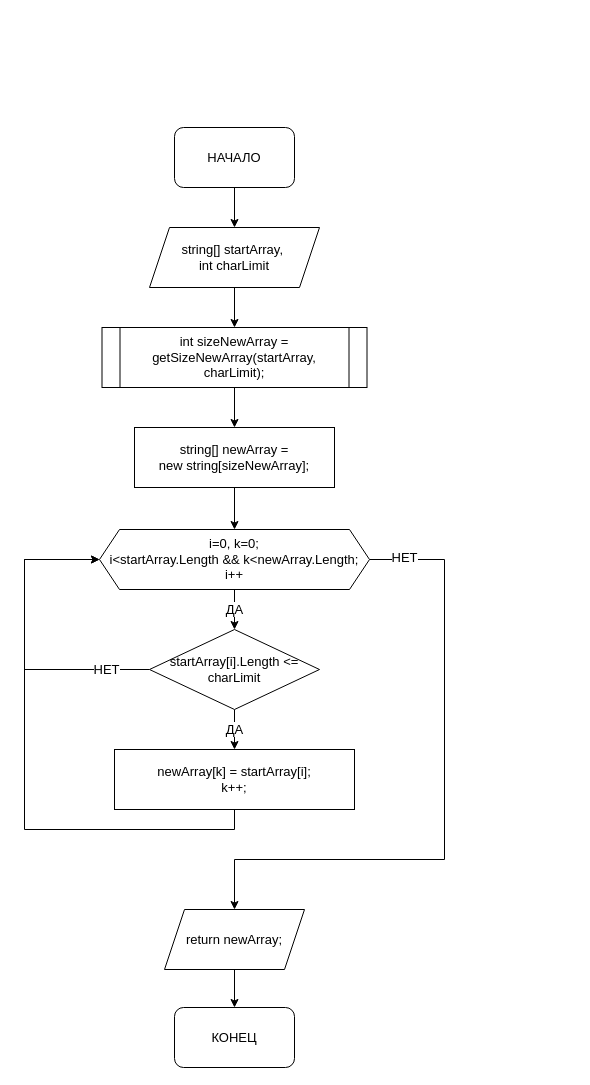
The draw.io diagram Algorytm/getNewArray.drawio in jokerjam-s/GB_ControlWork_001, before the edit. Source tidied: cells renumbered, new cells numbered last; positions are measured from the earlier drawing's top-left corner, leaving out a move shared by most shapes. Both pictures are drawn from the tidied source at 100%, with x=0, y=0 at pixel (24, 127).
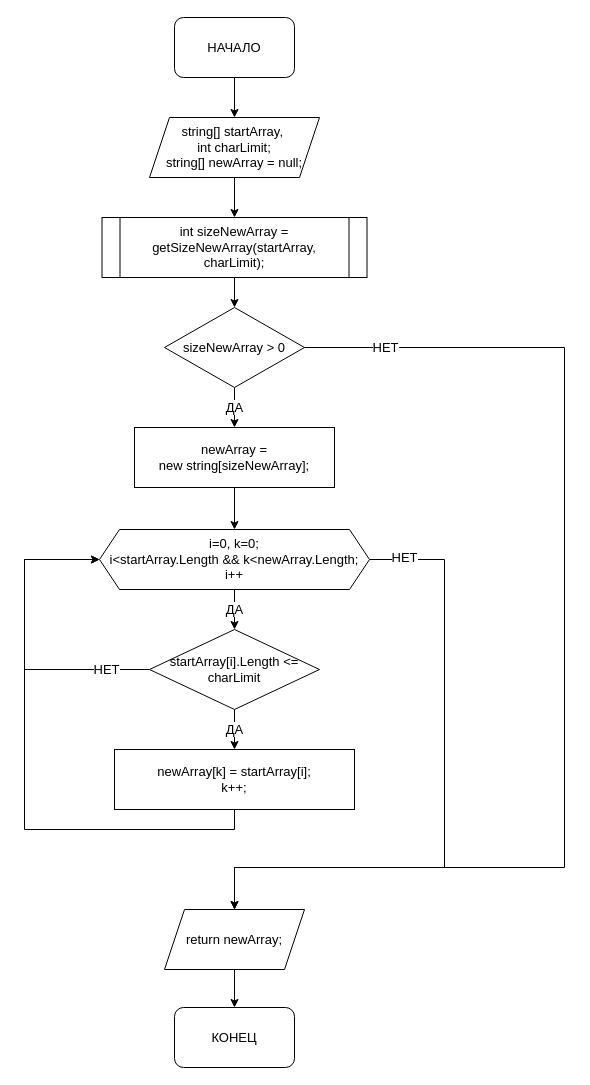
After the change.

The change refers to these unchanged cells:
```xml
<mxCell id="12" value="i=0, k=0; &lt;br style=&quot;font-size: 13px;&quot;&gt;i&amp;lt;startArray.Length &amp;amp;&amp;amp; k&amp;lt;newArray.Length; i++" style="shape=hexagon;perimeter=hexagonPerimeter2;whiteSpace=wrap;html=1;fixedSize=1;fontSize=13;" parent="1" vertex="1">
  <mxGeometry x="75" y="402" width="270" height="60" as="geometry" />
</mxCell>
<mxCell id="19" value="return newArray;" style="shape=parallelogram;perimeter=parallelogramPerimeter;whiteSpace=wrap;html=1;fixedSize=1;fontSize=13;" parent="1" vertex="1">
  <mxGeometry x="140" y="782" width="140" height="60" as="geometry" />
</mxCell>
```

The edit, as a diff of the source:
```diff
@@
     <mxCell id="3" value="НАЧАЛО" style="rounded=1;whiteSpace=wrap;html=1;fontSize=13;" parent="1" vertex="1">
-      <mxGeometry x="150" width="120" height="60" as="geometry" />
+      <mxGeometry x="150" y="-110" width="120" height="60" as="geometry" />
     </mxCell>
@@
-    <mxCell id="5" value="string[] startArray,&amp;nbsp;&lt;br style=&quot;font-size: 13px;&quot;&gt;int charLimit" style="shape=parallelogram;perimeter=parallelogramPerimeter;whiteSpace=wrap;html=1;fixedSize=1;fontSize=13;" parent="1" vertex="1">
-      <mxGeometry x="125" y="100" width="170" height="60" as="geometry" />
+    <mxCell id="5" value="string[] startArray,&amp;nbsp;&lt;br style=&quot;font-size: 13px;&quot;&gt;int charLimit;&lt;br&gt;string[] newArray = null;" style="shape=parallelogram;perimeter=parallelogramPerimeter;whiteSpace=wrap;html=1;fixedSize=1;fontSize=13;" parent="1" vertex="1">
+      <mxGeometry x="125" y="-10" width="170" height="60" as="geometry" />
     </mxCell>
-    <mxCell id="6" style="edgeStyle=orthogonalEdgeStyle;rounded=0;jettySize=auto;html=1;exitX=0.5;exitY=1;exitDx=0;exitDy=0;entryX=0.5;entryY=0;entryDx=0;entryDy=0;fontSize=13;" parent="1" edge="1" source="7" target="8">
-      <mxGeometry relative="1" as="geometry" />
-    </mxCell>
+    <mxCell id="21" style="edgeStyle=orthogonalEdgeStyle;rounded=0;jettySize=auto;html=1;exitX=0.5;exitY=1;exitDx=0;exitDy=0;entryX=0.5;entryY=0;entryDx=0;entryDy=0;fontSize=13;endArrow=classic;endFill=1;startSize=6;endSize=6;" parent="1" edge="1" source="7" target="24">
+      <mxGeometry relative="1" as="geometry" />
+    </mxCell>
     <mxCell id="7" value="int sizeNewArray = getSizeNewArray(startArray, charLimit);" style="shape=process;whiteSpace=wrap;html=1;backgroundOutline=1;size=0.06976744186046512;fontSize=13;" parent="1" vertex="1">
-      <mxGeometry x="77.5" y="200" width="265" height="60" as="geometry" />
+      <mxGeometry x="77.5" y="90" width="265" height="60" as="geometry" />
     </mxCell>
-    <mxCell id="8" value="string[] newArray = &lt;br style=&quot;font-size: 13px;&quot;&gt;new string[sizeNewArray];" style="rounded=0;whiteSpace=wrap;html=1;fontSize=13;" parent="1" vertex="1">
+    <mxCell id="8" value="newArray = &lt;br style=&quot;font-size: 13px;&quot;&gt;new string[sizeNewArray];" style="rounded=0;whiteSpace=wrap;html=1;fontSize=13;" parent="1" vertex="1">
       <mxGeometry x="110" y="300" width="200" height="60" as="geometry" />
     </mxCell>
@@
     <mxCell id="11" value="НЕТ" style="edgeStyle=orthogonalEdgeStyle;rounded=0;jettySize=auto;html=1;exitX=1;exitY=0.5;exitDx=0;exitDy=0;entryX=0.5;entryY=0;entryDx=0;entryDy=0;fontSize=13;" parent="1" edge="1" source="12" target="19">
       <mxGeometry x="-0.89" y="2" relative="1" as="geometry">
         <Array as="points">
           <mxPoint x="420" y="432" />
-          <mxPoint x="420" y="732" />
-          <mxPoint x="210" y="732" />
+          <mxPoint x="420" y="740" />
+          <mxPoint x="210" y="740" />
         </Array>
       </mxGeometry>
     </mxCell>
@@
+    <mxCell id="22" value="ДА" style="edgeStyle=orthogonalEdgeStyle;rounded=0;jettySize=auto;html=1;exitX=0.5;exitY=1;exitDx=0;exitDy=0;entryX=0.5;entryY=0;entryDx=0;entryDy=0;fontSize=13;endArrow=classic;endFill=1;startSize=6;endSize=6;" parent="1" edge="1" source="24" target="8">
+      <mxGeometry relative="1" as="geometry" />
+    </mxCell>
+    <mxCell id="23" value="НЕТ" style="edgeStyle=orthogonalEdgeStyle;rounded=0;jettySize=auto;html=1;exitX=1;exitY=0.5;exitDx=0;exitDy=0;entryX=0.5;entryY=0;entryDx=0;entryDy=0;fontSize=13;endArrow=classic;endFill=1;startSize=6;endSize=6;" parent="1" edge="1" source="24" target="19">
+      <mxGeometry x="-0.86" relative="1" as="geometry">
+        <Array as="points">
+          <mxPoint x="540" y="220" />
+          <mxPoint x="540" y="740" />
+          <mxPoint x="210" y="740" />
+        </Array>
+      </mxGeometry>
+    </mxCell>
+    <mxCell id="24" value="sizeNewArray &amp;gt; 0" style="rhombus;whiteSpace=wrap;html=1;rounded=0;fontSize=13;" parent="1" vertex="1">
+      <mxGeometry x="140" y="180" width="140" height="80" as="geometry" />
+    </mxCell>
```
